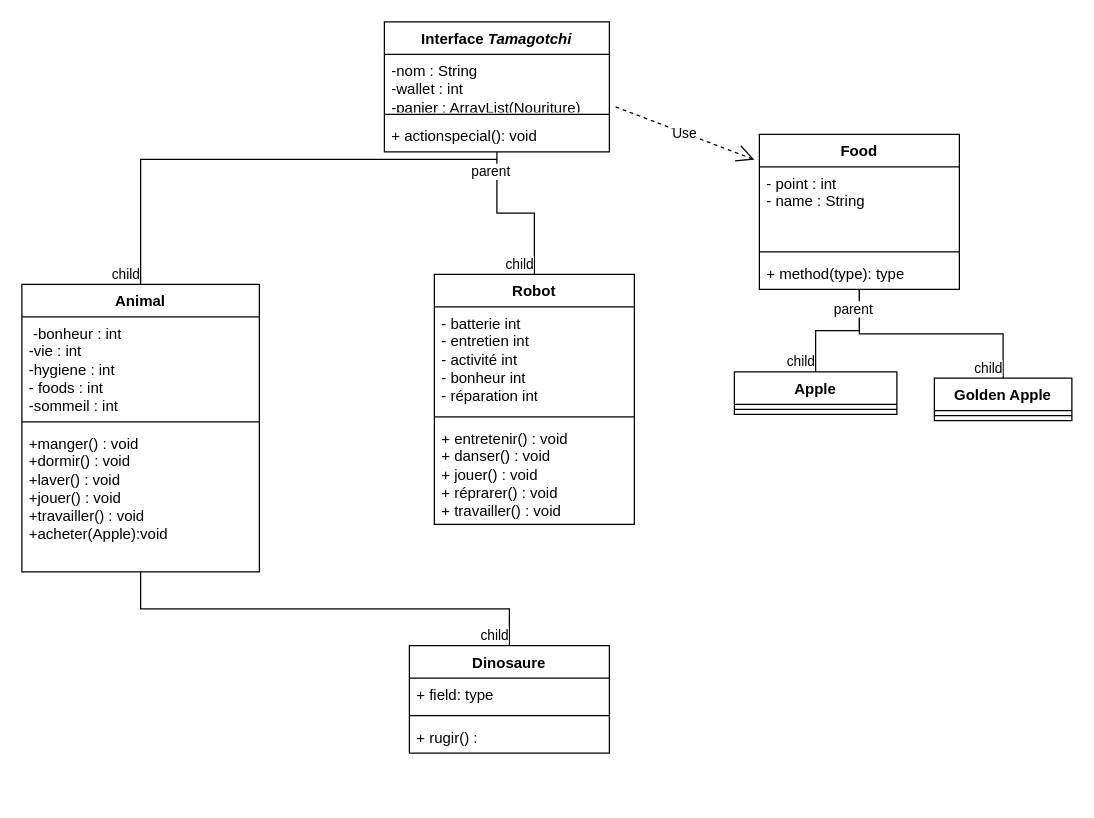
Above: page "Page-2" (2 of 2) of Diagram.drawio in BMaurice56/Tamagotchi (draw.io), before the change. Source tidied: cells renumbered, new cells numbered last; positions are measured from the earlier drawing's top-left corner, leaving out a move shared by most shapes. Both pictures are drawn from the tidied source at 125%, with x=0, y=0 at pixel (21, 21).
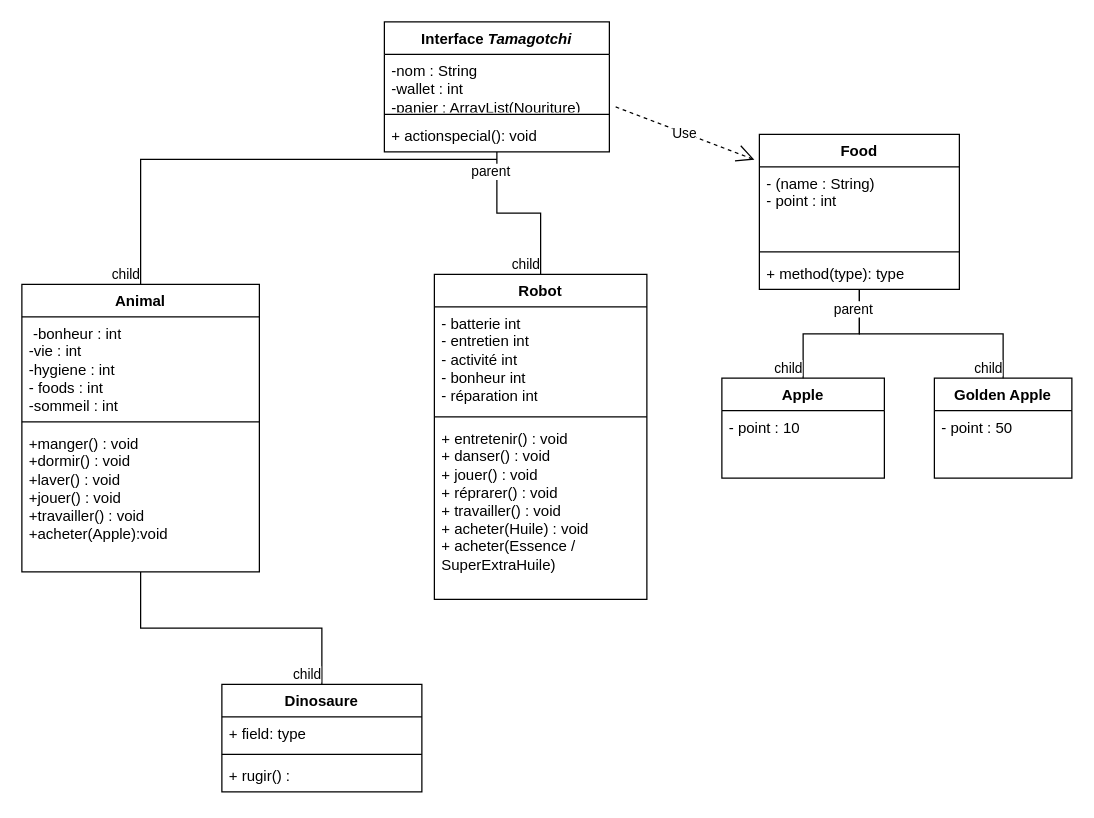
Above is the later version.

Commit message:
Modification classe food

The change refers to these unchanged cells:
```xml
<mxCell id="25" value="Food" style="swimlane;fontStyle=1;align=center;verticalAlign=top;horizontal=1;startSize=26;whiteSpace=wrap;html=1;" parent="1" vertex="1">
  <mxGeometry x="590" y="90" width="160" height="124" as="geometry" />
</mxCell>
```

Change to the diagram source:
```diff
@@
     <mxCell id="6" value="Dinosaure" style="swimlane;fontStyle=1;align=center;verticalAlign=top;horizontal=1;startSize=26;whiteSpace=wrap;html=1;" parent="1" vertex="1">
-      <mxGeometry x="310" y="499" width="160" height="86" as="geometry" />
+      <mxGeometry x="160" y="530" width="160" height="86" as="geometry" />
     </mxCell>
@@
     <mxCell id="10" value="Robot" style="swimlane;fontStyle=1;align=center;verticalAlign=top;horizontal=1;startSize=26;whiteSpace=wrap;html=1;" parent="1" vertex="1">
-      <mxGeometry x="330" y="202" width="160" height="200" as="geometry" />
+      <mxGeometry x="330" y="202" width="170" height="260" as="geometry" />
     </mxCell>
     <mxCell id="11" value="- batterie int&lt;br&gt;- entretien int&lt;br&gt;- activité int&lt;br&gt;- bonheur int&lt;br&gt;- réparation int" style="text;strokeColor=none;fillColor=none;align=left;verticalAlign=top;spacingLeft=4;spacingRight=4;overflow=hidden;whiteSpace=wrap;html=1;" parent="10" vertex="1">
-      <mxGeometry y="26" width="160" height="84" as="geometry" />
+      <mxGeometry y="26" width="170" height="84" as="geometry" />
     </mxCell>
     <mxCell id="12" style="line;strokeWidth=1;fillColor=none;align=left;verticalAlign=middle;spacingTop=-1;spacingLeft=3;spacingRight=3;labelPosition=right;strokeColor=inherit;" parent="10" vertex="1">
-      <mxGeometry y="110" width="160" height="8" as="geometry" />
+      <mxGeometry y="110" width="170" height="8" as="geometry" />
     </mxCell>
-    <mxCell id="13" value="+ entretenir() : void&lt;br&gt;+ danser() : void&lt;br&gt;+ jouer() : void&lt;br&gt;+ réprarer() : void&lt;br&gt;+ travailler() : void" style="text;strokeColor=none;fillColor=none;align=left;verticalAlign=top;spacingLeft=4;spacingRight=4;overflow=hidden;whiteSpace=wrap;html=1;" parent="10" vertex="1">
-      <mxGeometry y="118" width="160" height="82" as="geometry" />
+    <mxCell id="13" value="+ entretenir() : void&lt;br&gt;+ danser() : void&lt;br&gt;+ jouer() : void&lt;br&gt;+ réprarer() : void&lt;br&gt;+ travailler() : void&lt;br&gt;+ acheter(Huile) : void&lt;br&gt;+ acheter(Essence / SuperExtraHuile)" style="text;strokeColor=none;fillColor=none;align=left;verticalAlign=top;spacingLeft=4;spacingRight=4;overflow=hidden;whiteSpace=wrap;html=1;" parent="10" vertex="1">
+      <mxGeometry y="118" width="170" height="142" as="geometry" />
     </mxCell>
@@
-    <mxCell id="26" value="&lt;div&gt;- point : int&lt;/div&gt;&lt;div&gt;- name : String&lt;br&gt;&lt;/div&gt;" style="text;strokeColor=none;fillColor=none;align=left;verticalAlign=top;spacingLeft=4;spacingRight=4;overflow=hidden;whiteSpace=wrap;html=1;" parent="25" vertex="1">
+    <mxCell id="26" value="&lt;div&gt;- (name : String)&lt;/div&gt;&lt;div&gt;- point : int&lt;/div&gt;&lt;div&gt;&lt;br&gt;&lt;/div&gt;" style="text;strokeColor=none;fillColor=none;align=left;verticalAlign=top;spacingLeft=4;spacingRight=4;overflow=hidden;whiteSpace=wrap;html=1;" parent="25" vertex="1">
       <mxGeometry y="26" width="160" height="64" as="geometry" />
     </mxCell>
@@
     <mxCell id="30" value="Apple" style="swimlane;fontStyle=1;align=center;verticalAlign=top;horizontal=1;startSize=26;whiteSpace=wrap;html=1;" parent="1" vertex="1">
-      <mxGeometry x="570" y="280" width="130" height="34" as="geometry" />
+      <mxGeometry x="560" y="285" width="130" height="80" as="geometry" />
     </mxCell>
-    <mxCell id="31" style="line;strokeWidth=1;fillColor=none;align=left;verticalAlign=middle;spacingTop=-1;spacingLeft=3;spacingRight=3;labelPosition=right;strokeColor=inherit;" parent="30" vertex="1">
-      <mxGeometry y="26" width="130" height="8" as="geometry" />
-    </mxCell>
+    <mxCell id="40" value="- point : 10" style="text;strokeColor=none;fillColor=none;align=left;verticalAlign=top;spacingLeft=4;spacingRight=4;overflow=hidden;whiteSpace=wrap;html=1;" parent="30" vertex="1">
+      <mxGeometry y="26" width="130" height="54" as="geometry" />
+    </mxCell>
     <mxCell id="32" value="Golden Apple" style="swimlane;fontStyle=1;align=center;verticalAlign=top;horizontal=1;startSize=26;whiteSpace=wrap;html=1;" parent="1" vertex="1">
-      <mxGeometry x="730" y="285" width="110" height="34" as="geometry" />
+      <mxGeometry x="730" y="285" width="110" height="80" as="geometry" />
     </mxCell>
-    <mxCell id="33" style="line;strokeWidth=1;fillColor=none;align=left;verticalAlign=middle;spacingTop=-1;spacingLeft=3;spacingRight=3;labelPosition=right;strokeColor=inherit;" parent="32" vertex="1">
-      <mxGeometry y="26" width="110" height="8" as="geometry" />
-    </mxCell>
+    <mxCell id="41" value="- point : 50" style="text;strokeColor=none;fillColor=none;align=left;verticalAlign=top;spacingLeft=4;spacingRight=4;overflow=hidden;whiteSpace=wrap;html=1;" parent="32" vertex="1">
+      <mxGeometry y="26" width="110" height="54" as="geometry" />
+    </mxCell>
```
